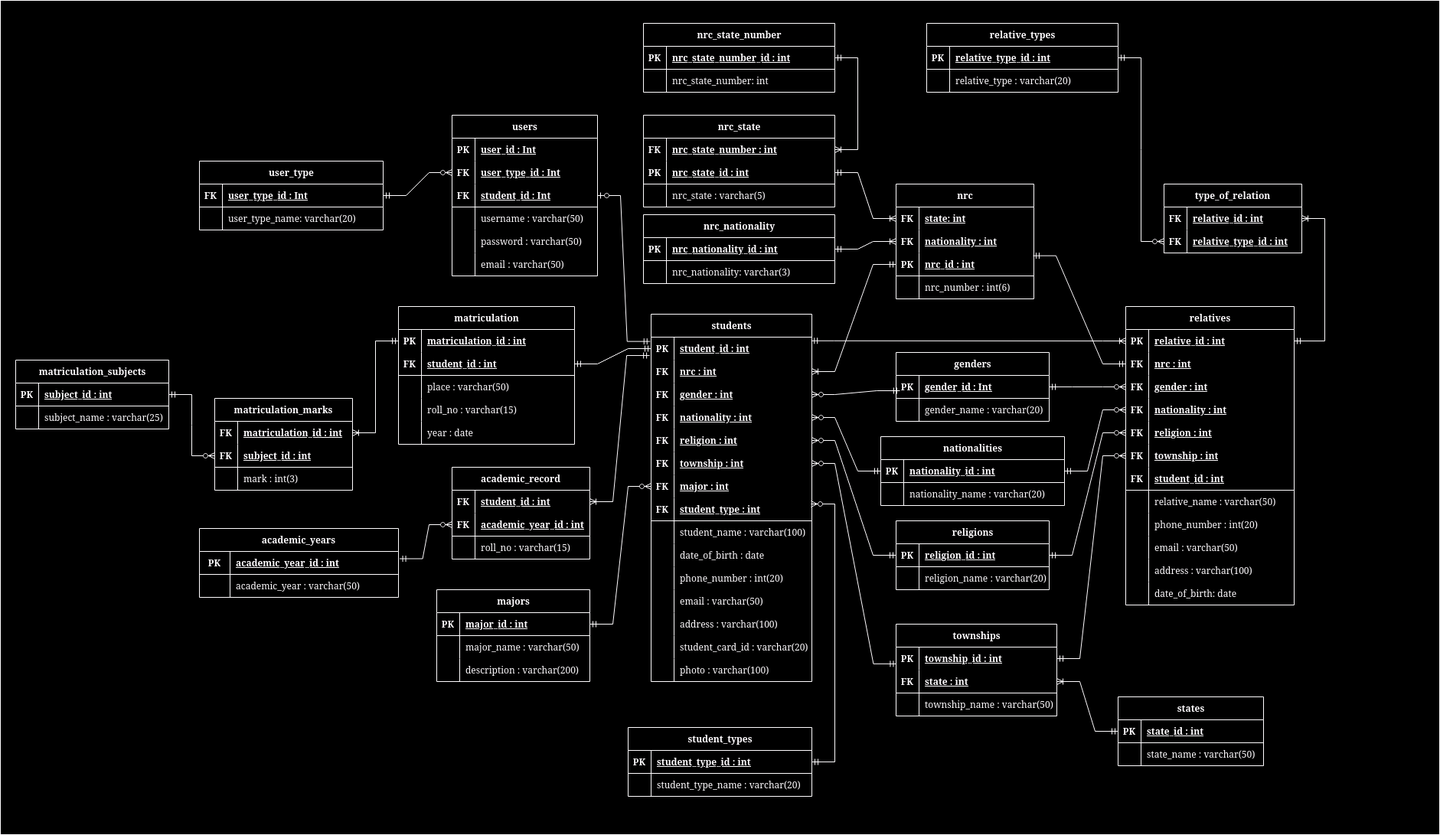
This is database/database.drawio.png from shinjir0u/StudentRegistrationSystem, a draw.io export, as it was before one commit. Source tidied: cells renumbered, new cells last; positions are measured from the earlier drawing's top-left corner, leaving out a move shared by most shapes.
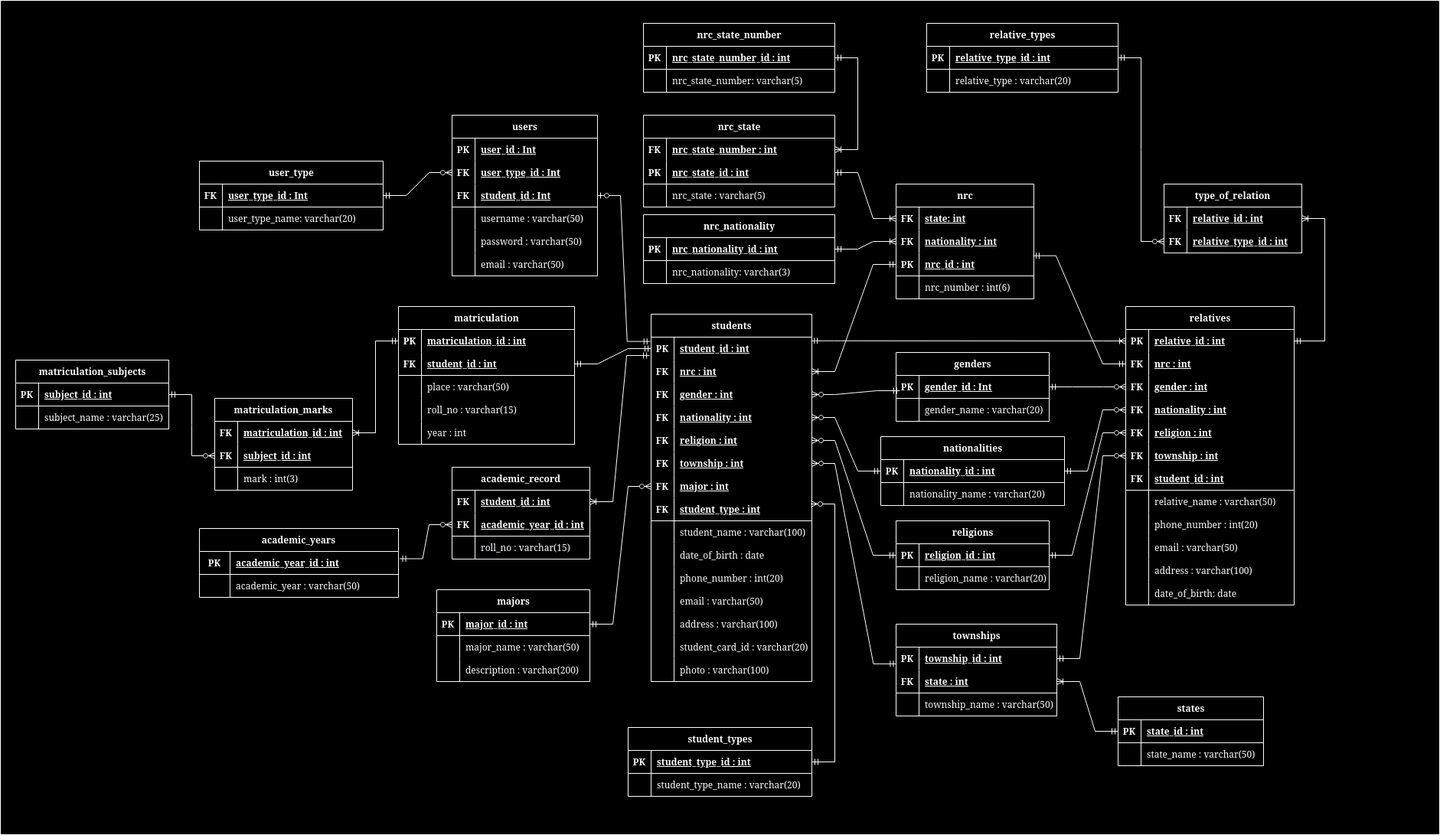
Above is the later version.

Commit message:
Fix wrong data types on certain columns

The edit, as a diff of the source:
```diff
@@ -941,7 +941,7 @@
     <mxCell id="304" style="shape=partialRectangle;fillColor=none;top=0;left=0;bottom=0;right=0;overflow=hidden;whiteSpace=wrap;html=1;" parent="303" vertex="1">
       <mxGeometry width="30" height="30" as="geometry" />
     </mxCell>
-    <mxCell id="305" value="year : date" style="shape=partialRectangle;fillColor=none;top=0;left=0;bottom=0;right=0;align=left;spacingLeft=6;overflow=hidden;whiteSpace=wrap;html=1;" parent="303" vertex="1">
+    <mxCell id="305" value="year : int" style="shape=partialRectangle;fillColor=none;top=0;left=0;bottom=0;right=0;align=left;spacingLeft=6;overflow=hidden;whiteSpace=wrap;html=1;" parent="303" vertex="1">
       <mxGeometry x="30" width="200" height="30" as="geometry" />
     </mxCell>
     <mxCell id="306" value="majors" style="shape=table;startSize=30;rowLines=0;fontStyle=1;align=center;html=1;" parent="1" vertex="1">
@@ -1730,7 +1730,7 @@
     <mxCell id="557" style="shape=partialRectangle;fillColor=none;top=0;left=0;bottom=0;right=0;overflow=hidden;whiteSpace=wrap;html=1;" parent="556" vertex="1">
       <mxGeometry width="30" height="30" as="geometry" />
     </mxCell>
-    <mxCell id="558" value="nrc_state_number: int" style="shape=partialRectangle;fillColor=none;top=0;left=0;bottom=0;right=0;align=left;spacingLeft=6;overflow=hidden;whiteSpace=wrap;html=1;" parent="556" vertex="1">
+    <mxCell id="558" value="nrc_state_number: varchar(5)" style="shape=partialRectangle;fillColor=none;top=0;left=0;bottom=0;right=0;align=left;spacingLeft=6;overflow=hidden;whiteSpace=wrap;html=1;" parent="556" vertex="1">
       <mxGeometry x="30" width="220" height="30" as="geometry" />
     </mxCell>
     <mxCell id="559" style="edgeStyle=entityRelationEdgeStyle;fontSize=12;html=1;endArrow=ERoneToMany;startArrow=ERmandOne;rounded=0;" parent="1" edge="1" source="546" target="398">
```
